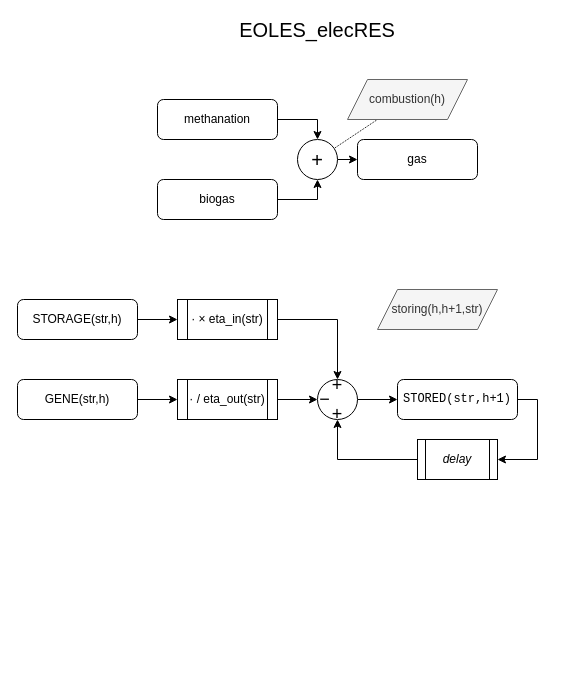
Above: EOLES_elecRES.drawio in pierre-haessig/EOLES_Julia (draw.io), before the change. Source tidied: cells renumbered, new cells numbered last; positions are measured from the earlier drawing's top-left corner, leaving out a move shared by most shapes. Both pictures are drawn from the tidied source at 100%, with x=0, y=0 at pixel (17, 19).
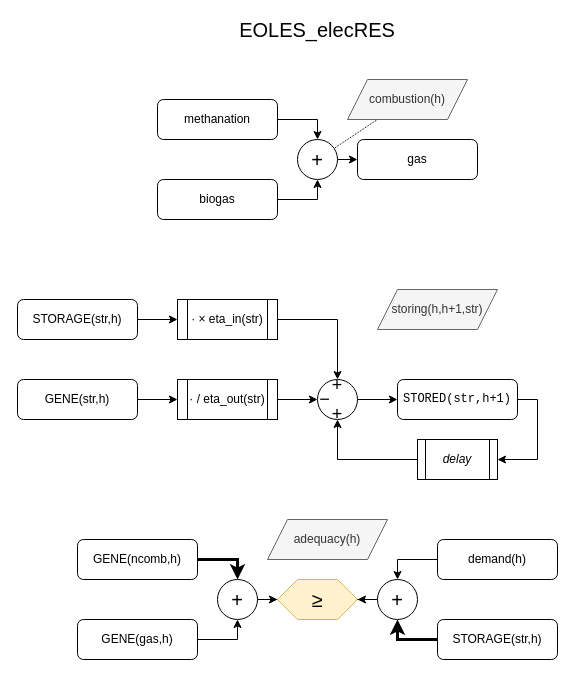
After the change.

Commit message (it also covers changes not shown here):
Optimization runs (with Clp)! Results within 10% of GAMS/CPLEX

- solver tolerance issue or modeling mistake?

The edit, as a diff of the source:
```diff
@@
+    <mxCell id="27" style="edgeStyle=orthogonalEdgeStyle;rounded=0;jettySize=auto;html=1;entryX=0.5;entryY=0;entryDx=0;entryDy=0;strokeWidth=3;" parent="1" edge="1" source="28" target="32">
+      <mxGeometry relative="1" as="geometry" />
+    </mxCell>
+    <mxCell id="28" value="GENE(ncomb,h)" style="rounded=1;whiteSpace=wrap;html=1;" parent="1" vertex="1">
+      <mxGeometry x="60" y="520" width="120" height="40" as="geometry" />
+    </mxCell>
+    <mxCell id="29" style="edgeStyle=orthogonalEdgeStyle;rounded=0;jettySize=auto;html=1;entryX=0.5;entryY=1;entryDx=0;entryDy=0;" parent="1" edge="1" source="30" target="32">
+      <mxGeometry relative="1" as="geometry" />
+    </mxCell>
+    <mxCell id="30" value="GENE(gas,h)" style="rounded=1;whiteSpace=wrap;html=1;" parent="1" vertex="1">
+      <mxGeometry x="60" y="600" width="120" height="40" as="geometry" />
+    </mxCell>
+    <mxCell id="31" style="edgeStyle=orthogonalEdgeStyle;rounded=0;jettySize=auto;html=1;fontSize=20;" parent="1" edge="1" source="32" target="33">
+      <mxGeometry relative="1" as="geometry" />
+    </mxCell>
+    <mxCell id="32" value="&lt;font style=&quot;font-size: 20px&quot;&gt;+&lt;/font&gt;" style="ellipse;whiteSpace=wrap;html=1;" parent="1" vertex="1">
+      <mxGeometry x="200" y="560" width="40" height="40" as="geometry" />
+    </mxCell>
+    <mxCell id="33" value="≥" style="shape=hexagon;perimeter=hexagonPerimeter2;whiteSpace=wrap;html=1;fixedSize=1;fontSize=20;fillColor=#fff2cc;strokeColor=#d6b656;" parent="1" vertex="1">
+      <mxGeometry x="260" y="560" width="80" height="40" as="geometry" />
+    </mxCell>
+    <mxCell id="34" style="edgeStyle=orthogonalEdgeStyle;rounded=0;jettySize=auto;html=1;entryX=0.5;entryY=0;entryDx=0;entryDy=0;fontSize=20;" parent="1" edge="1" source="35" target="39">
+      <mxGeometry relative="1" as="geometry" />
+    </mxCell>
+    <mxCell id="35" value="demand(h)" style="rounded=1;whiteSpace=wrap;html=1;" parent="1" vertex="1">
+      <mxGeometry x="420" y="520" width="120" height="40" as="geometry" />
+    </mxCell>
+    <mxCell id="36" style="edgeStyle=orthogonalEdgeStyle;rounded=0;jettySize=auto;html=1;entryX=0.5;entryY=1;entryDx=0;entryDy=0;fontSize=20;strokeWidth=3;" parent="1" edge="1" source="37" target="39">
+      <mxGeometry relative="1" as="geometry" />
+    </mxCell>
+    <mxCell id="37" value="STORAGE(str,h)" style="rounded=1;whiteSpace=wrap;html=1;" parent="1" vertex="1">
+      <mxGeometry x="420" y="600" width="120" height="40" as="geometry" />
+    </mxCell>
+    <mxCell id="38" style="edgeStyle=orthogonalEdgeStyle;rounded=0;jettySize=auto;html=1;fontSize=20;" parent="1" edge="1" source="39" target="33">
+      <mxGeometry relative="1" as="geometry" />
+    </mxCell>
+    <mxCell id="39" value="&lt;font style=&quot;font-size: 20px&quot;&gt;+&lt;/font&gt;" style="ellipse;whiteSpace=wrap;html=1;" parent="1" vertex="1">
+      <mxGeometry x="360" y="560" width="40" height="40" as="geometry" />
+    </mxCell>
+    <mxCell id="40" value="adequacy(h)" style="shape=parallelogram;perimeter=parallelogramPerimeter;whiteSpace=wrap;html=1;fixedSize=1;fontSize=12;fillColor=#f5f5f5;strokeColor=#666666;fontColor=#333333;" parent="1" vertex="1">
+      <mxGeometry x="250" y="500" width="120" height="40" as="geometry" />
+    </mxCell>
```
